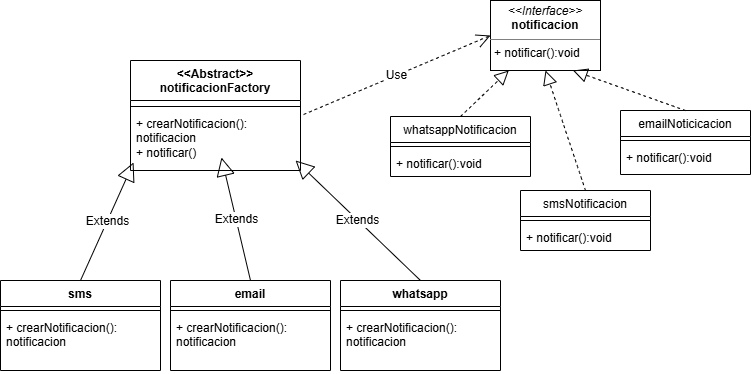
The draw.io diagram 01-Creacionales/Factory/Ejercicio01-SistemaDeNotificaciones/diagramas/DiagramaDeClases.drawio.png in RaulFBS/Patrones-de-Diseno-Java, before a commit. Source tidied: cells renumbered, new cells last; positions are measured from the earlier drawing's top-left corner, leaving out a move shared by most shapes.
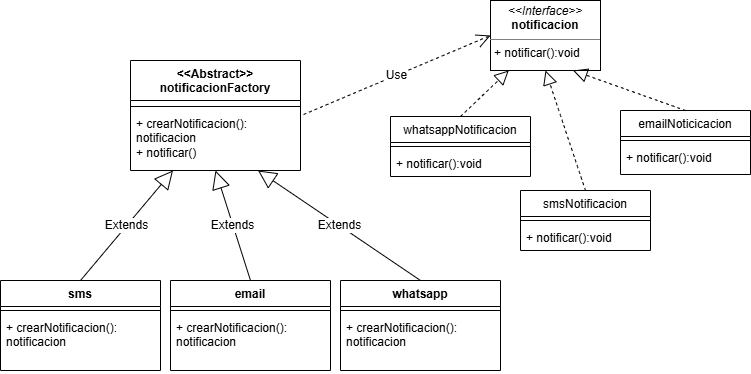
Above is the later version.

The edit, as a diff of the source:
```diff
@@ -41,13 +41,13 @@
     <mxCell id="14" value="whatsapp" style="swimlane;fontStyle=1;align=center;verticalAlign=top;horizontal=1;startSize=26;whiteSpace=wrap;html=1;" parent="1" vertex="1">
       <mxGeometry x="340" y="280" width="160" height="90" as="geometry" />
     </mxCell>
-    <mxCell id="15" value="Extends" style="endArrow=block;endSize=16;endFill=0;html=1;rounded=0;fontSize=12;curved=1;entryX=0.018;entryY=1.04;entryDx=0;entryDy=0;entryPerimeter=0;exitX=0.5;exitY=0;exitDx=0;exitDy=0;" parent="1" edge="1" source="12" target="25">
+    <mxCell id="15" value="Extends" style="endArrow=block;endSize=16;endFill=0;html=1;rounded=0;fontSize=12;curved=1;entryX=0.25;entryY=1;entryDx=0;entryDy=0;exitX=0.5;exitY=0;exitDx=0;exitDy=0;" parent="1" edge="1" source="12" target="7">
       <mxGeometry relative="1" as="geometry" />
     </mxCell>
-    <mxCell id="16" value="Extends" style="endArrow=block;endSize=16;endFill=0;html=1;rounded=0;fontSize=12;curved=1;exitX=0.5;exitY=0;exitDx=0;exitDy=0;entryX=0.535;entryY=0.94;entryDx=0;entryDy=0;entryPerimeter=0;" parent="1" edge="1" source="13" target="25">
+    <mxCell id="16" value="Extends" style="endArrow=block;endSize=16;endFill=0;html=1;rounded=0;fontSize=12;curved=1;exitX=0.5;exitY=0;exitDx=0;exitDy=0;entryX=0.5;entryY=1;entryDx=0;entryDy=0;" parent="1" edge="1" source="13" target="7">
       <mxGeometry relative="1" as="geometry" />
     </mxCell>
-    <mxCell id="17" value="Extends" style="endArrow=block;endSize=16;endFill=0;html=1;rounded=0;fontSize=12;curved=1;entryX=0.971;entryY=1;entryDx=0;entryDy=0;entryPerimeter=0;exitX=0.5;exitY=0;exitDx=0;exitDy=0;" parent="1" edge="1" source="14" target="25">
+    <mxCell id="17" value="Extends" style="endArrow=block;endSize=16;endFill=0;html=1;rounded=0;fontSize=12;curved=1;entryX=0.75;entryY=1;entryDx=0;entryDy=0;exitX=0.5;exitY=0;exitDx=0;exitDy=0;" parent="1" edge="1" source="14" target="7">
       <mxGeometry relative="1" as="geometry" />
     </mxCell>
     <mxCell id="18" style="line;strokeWidth=1;align=left;verticalAlign=middle;spacingTop=-1;spacingLeft=3;spacingRight=3;labelPosition=right;" parent="1" vertex="1">
```
